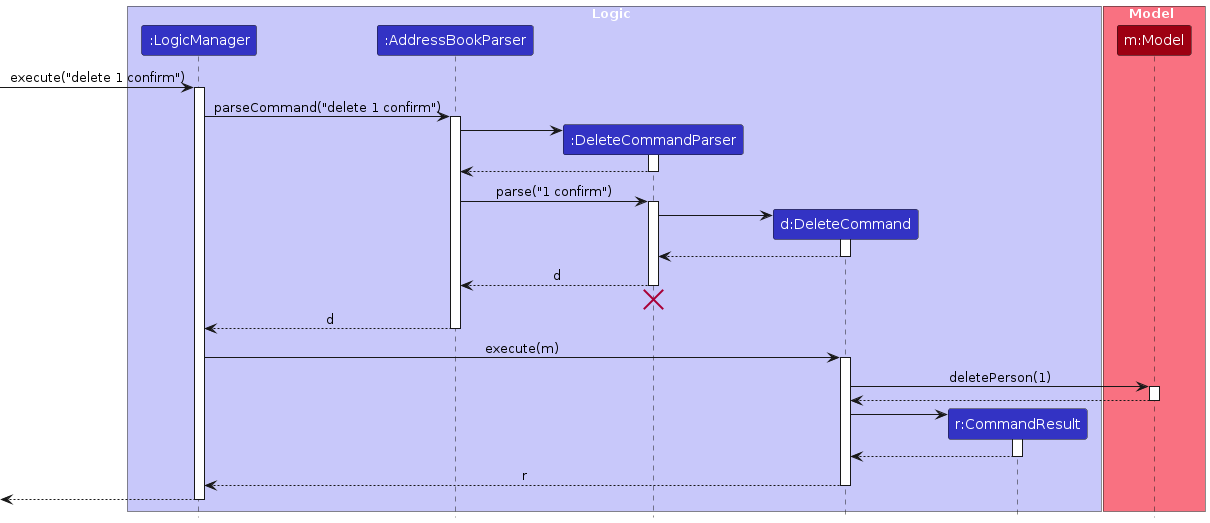
This is diagrams/DeleteSequenceDiagram.png from AY2627S1-CS2103T-T13-4/tp, a PlantUML export, as it was before one commit. Its source is kept beside it as diagrams/DeleteSequenceDiagram.puml. Source of this version:
```plantuml
@startuml
!include style.puml
skinparam ArrowFontStyle plain

box Logic LOGIC_COLOR_T1
participant ":LogicManager" as LogicManager LOGIC_COLOR
participant ":AddressBookParser" as AddressBookParser LOGIC_COLOR
participant ":DeleteCommandParser" as DeleteCommandParser LOGIC_COLOR
participant "d:DeleteCommand" as DeleteCommand LOGIC_COLOR
participant "r:CommandResult" as CommandResult LOGIC_COLOR
end box

box Model MODEL_COLOR_T1
participant "m:Model" as Model MODEL_COLOR
end box

[-> LogicManager : execute("delete 1 confirm")
activate LogicManager

LogicManager -> AddressBookParser : parseCommand("delete 1 confirm")
activate AddressBookParser

create DeleteCommandParser
AddressBookParser -> DeleteCommandParser
activate DeleteCommandParser

DeleteCommandParser --> AddressBookParser
deactivate DeleteCommandParser

AddressBookParser -> DeleteCommandParser : parse("1 confirm")
activate DeleteCommandParser

create DeleteCommand
DeleteCommandParser -> DeleteCommand
activate DeleteCommand

DeleteCommand --> DeleteCommandParser :
deactivate DeleteCommand

DeleteCommandParser --> AddressBookParser : d
deactivate DeleteCommandParser
DeleteCommandParser -[hidden]-> AddressBookParser
destroy DeleteCommandParser

AddressBookParser --> LogicManager : d
deactivate AddressBookParser

LogicManager -> DeleteCommand : execute(m)
activate DeleteCommand

DeleteCommand -> Model : deletePerson(1)
activate Model

Model --> DeleteCommand
deactivate Model

create CommandResult
DeleteCommand -> CommandResult
activate CommandResult

CommandResult --> DeleteCommand
deactivate CommandResult

DeleteCommand --> LogicManager : r
deactivate DeleteCommand

[<--LogicManager
deactivate LogicManager
@enduml
```
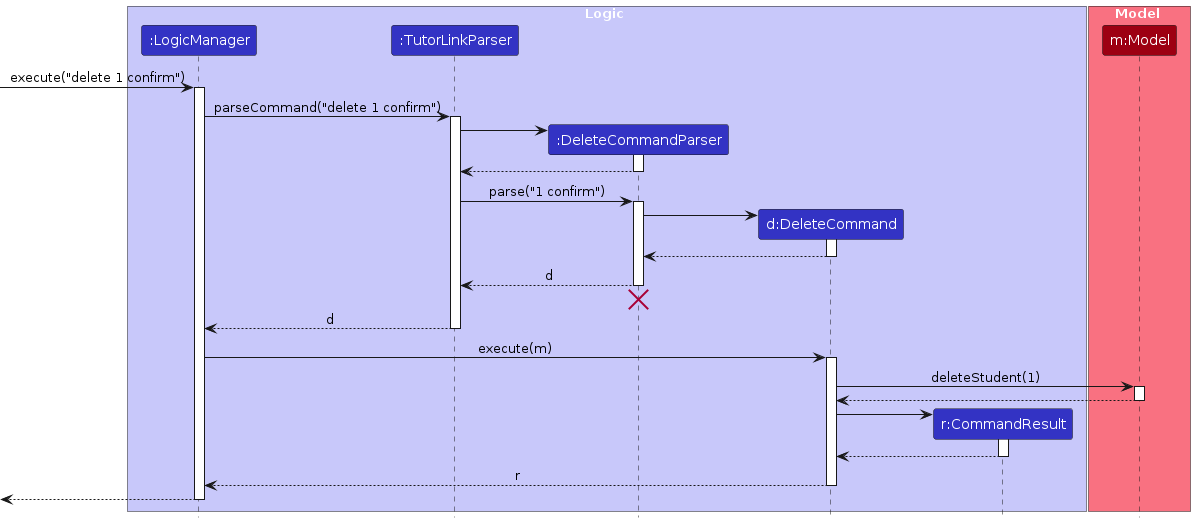
After the commit.

Change to the diagram source:
```diff
@@ -4,7 +4,7 @@
 
 box Logic LOGIC_COLOR_T1
 participant ":LogicManager" as LogicManager LOGIC_COLOR
-participant ":AddressBookParser" as AddressBookParser LOGIC_COLOR
+participant ":TutorLinkParser" as TutorLinkParser LOGIC_COLOR
 participant ":DeleteCommandParser" as DeleteCommandParser LOGIC_COLOR
 participant "d:DeleteCommand" as DeleteCommand LOGIC_COLOR
 participant "r:CommandResult" as CommandResult LOGIC_COLOR
@@ -17,17 +17,17 @@
 [-> LogicManager : execute("delete 1 confirm")
 activate LogicManager
 
-LogicManager -> AddressBookParser : parseCommand("delete 1 confirm")
-activate AddressBookParser
+LogicManager -> TutorLinkParser : parseCommand("delete 1 confirm")
+activate TutorLinkParser
 
 create DeleteCommandParser
-AddressBookParser -> DeleteCommandParser
+TutorLinkParser -> DeleteCommandParser
 activate DeleteCommandParser
 
-DeleteCommandParser --> AddressBookParser
+DeleteCommandParser --> TutorLinkParser
 deactivate DeleteCommandParser
 
-AddressBookParser -> DeleteCommandParser : parse("1 confirm")
+TutorLinkParser -> DeleteCommandParser : parse("1 confirm")
 activate DeleteCommandParser
 
 create DeleteCommand
@@ -37,18 +37,18 @@
 DeleteCommand --> DeleteCommandParser :
 deactivate DeleteCommand
 
-DeleteCommandParser --> AddressBookParser : d
+DeleteCommandParser --> TutorLinkParser : d
 deactivate DeleteCommandParser
-DeleteCommandParser -[hidden]-> AddressBookParser
+DeleteCommandParser -[hidden]-> TutorLinkParser
 destroy DeleteCommandParser
 
-AddressBookParser --> LogicManager : d
-deactivate AddressBookParser
+TutorLinkParser --> LogicManager : d
+deactivate TutorLinkParser
 
 LogicManager -> DeleteCommand : execute(m)
 activate DeleteCommand
 
-DeleteCommand -> Model : deletePerson(1)
+DeleteCommand -> Model : deleteStudent(1)
 activate Model
 
 Model --> DeleteCommand
```
